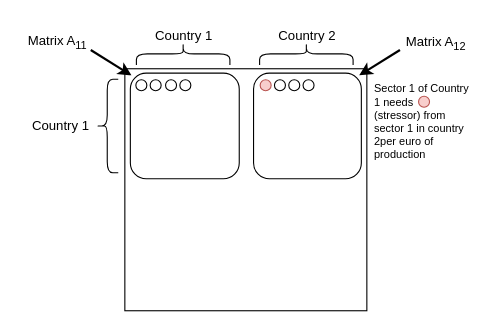
The draw.io diagram Mat_A_IO.drawio in Basso42/drawio_figures, before the edit. Source tidied: cells renumbered, new cells numbered last; positions are measured from the earlier drawing's top-left corner, leaving out a move shared by most shapes. Both pictures are drawn from the tidied source at 110%, with x=0, y=0 at pixel (19, 7).
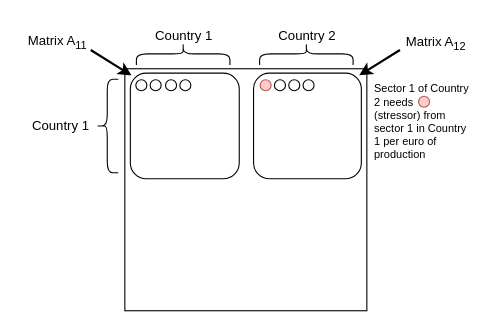
After the change.

Commit message:
Mettre à jour Mat_A_IO.drawio

Unchanged cells that the change refers to:
```xml
<mxCell id="24" style="group;" parent="1" vertex="1">
  <mxGeometry x="321" y="62.5" width="92" height="83.5" as="geometry" />
</mxCell>
```

The edit, as a diff of the source:
```diff
@@
-    <mxCell id="26" value="&lt;div style=&quot;font-size: 10px;&quot; align=&quot;left&quot;&gt;&lt;font style=&quot;font-size: 10px;&quot;&gt;Sector 1 of Country 1 needs&amp;nbsp;&lt;/font&gt;&lt;/div&gt;&lt;div style=&quot;font-size: 10px;&quot; align=&quot;left&quot;&gt;&lt;font style=&quot;font-size: 10px;&quot;&gt;(stressor) from sector 1 in country 2per euro of production&lt;br&gt; &lt;/font&gt;&lt;/div&gt;" style="text;html=1;align=left;verticalAlign=middle;whiteSpace=wrap;rounded=0;" parent="24" vertex="1">
+    <mxCell id="26" value="&lt;div style=&quot;font-size: 10px;&quot; align=&quot;left&quot;&gt;&lt;font style=&quot;font-size: 10px;&quot;&gt;Sector 1 of Country 2 needs&amp;nbsp;&lt;/font&gt;&lt;/div&gt;&lt;div style=&quot;font-size: 10px;&quot; align=&quot;left&quot;&gt;&lt;font style=&quot;font-size: 10px;&quot;&gt;(stressor) from sector 1 in Country 1 per euro of production&lt;br&gt; &lt;/font&gt;&lt;/div&gt;" style="text;html=1;align=left;verticalAlign=middle;whiteSpace=wrap;rounded=0;" parent="24" vertex="1">
       <mxGeometry width="92" height="83.5" as="geometry" />
     </mxCell>
```
